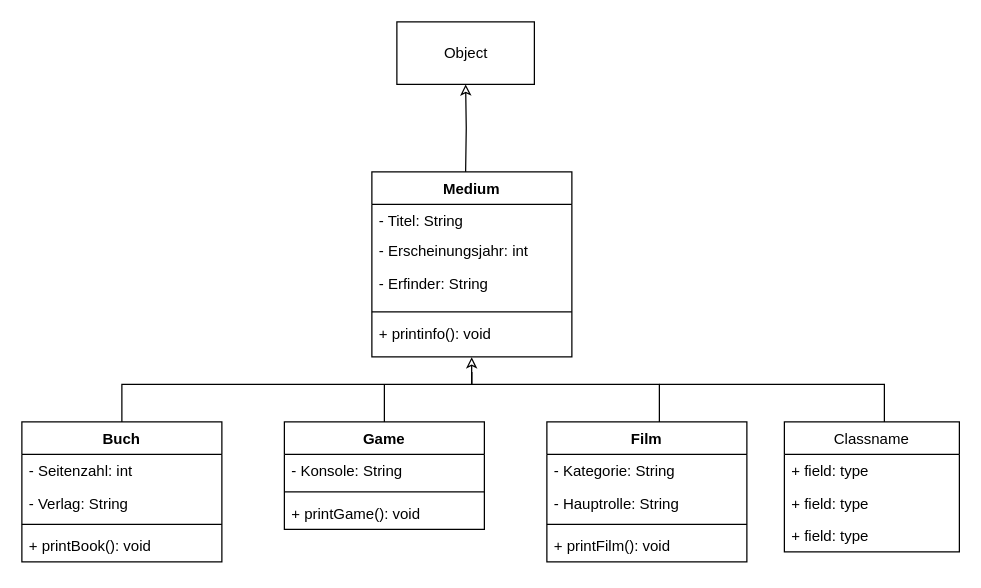
Before: Java/KW8/inheritanceAuftragUML.drawio in Ruben7307/BLJ2022RubenSchneebeli, a draw.io diagram. Source tidied: cells renumbered, new cells numbered last; positions are measured from the earlier drawing's top-left corner, leaving out a move shared by most shapes. Both pictures are drawn from the tidied source at 125%, with x=0, y=0 at pixel (21, 21).
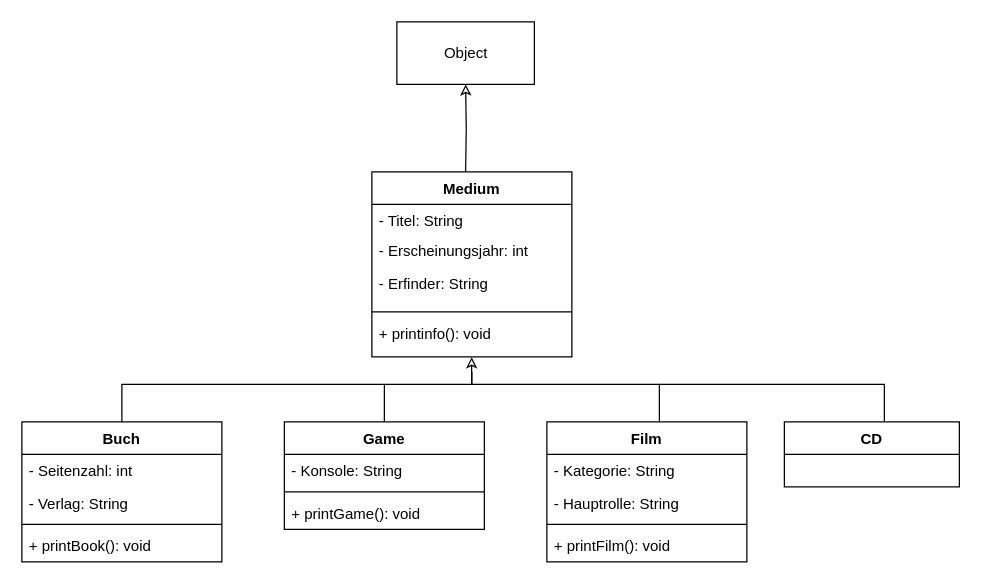
After the change.

Commit message:
UML updatet

The edit, as a diff of the source:
```diff
@@
-    <mxCell id="28" value="Classname" style="swimlane;fontStyle=0;horizontal=1;startSize=26;fillColor=none;" parent="1" vertex="1">
-      <mxGeometry x="610" y="320" width="140" height="104" as="geometry" />
+    <mxCell id="28" value="CD" style="swimlane;fontStyle=1;horizontal=1;startSize=26;fillColor=none;" parent="1" vertex="1">
+      <mxGeometry x="610" y="320" width="140" height="52" as="geometry" />
     </mxCell>
-    <mxCell id="29" value="+ field: type" style="text;strokeColor=none;fillColor=none;align=left;verticalAlign=top;spacingLeft=4;spacingRight=4;overflow=hidden;" parent="28" vertex="1">
-      <mxGeometry y="26" width="140" height="26" as="geometry" />
-    </mxCell>
-    <mxCell id="30" value="+ field: type" style="text;strokeColor=none;fillColor=none;align=left;verticalAlign=top;spacingLeft=4;spacingRight=4;overflow=hidden;" parent="28" vertex="1">
-      <mxGeometry y="52" width="140" height="26" as="geometry" />
-    </mxCell>
-    <mxCell id="31" value="+ field: type" style="text;strokeColor=none;fillColor=none;align=left;verticalAlign=top;spacingLeft=4;spacingRight=4;overflow=hidden;" parent="28" vertex="1">
-      <mxGeometry y="78" width="140" height="26" as="geometry" />
-    </mxCell>
```
